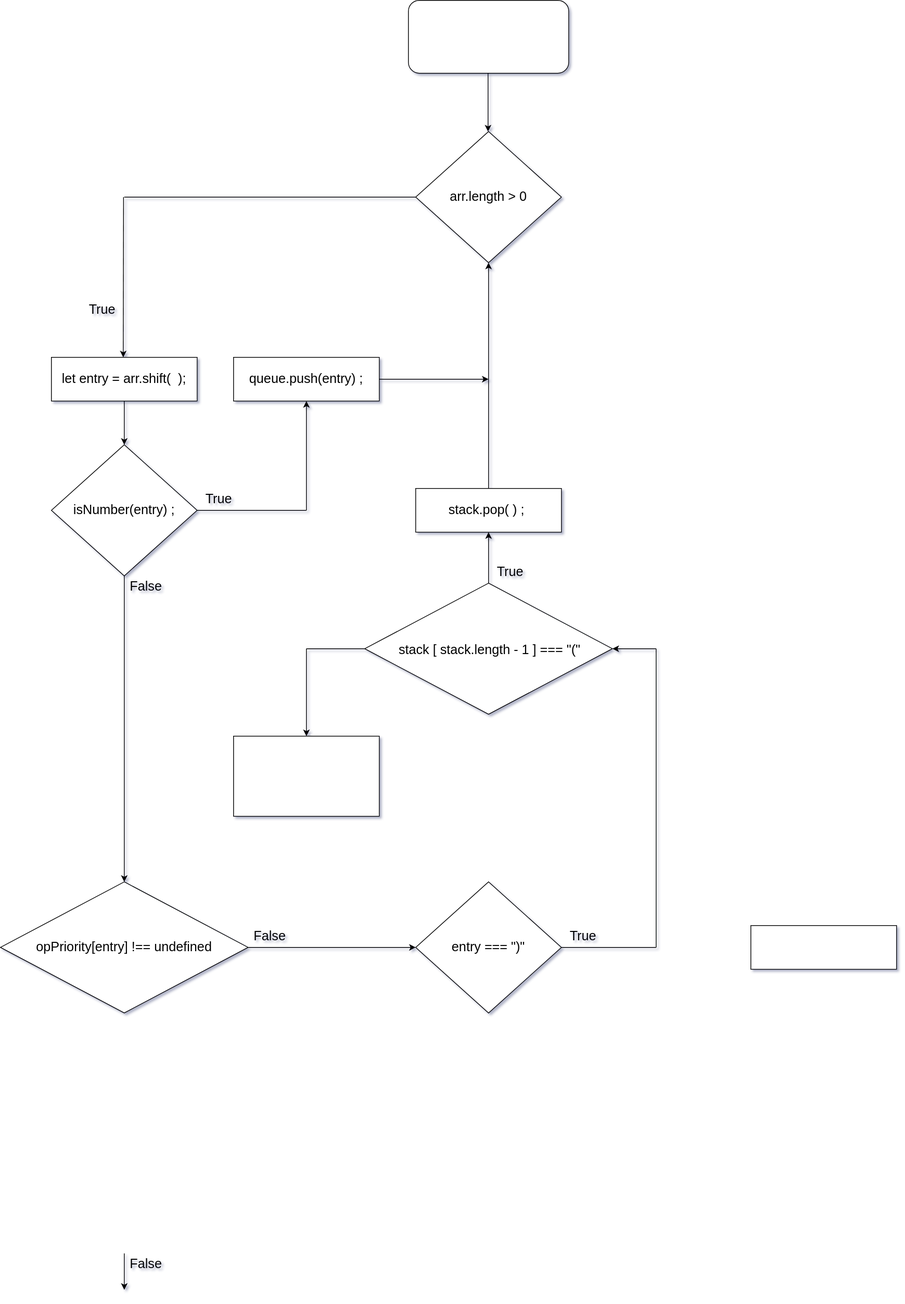
This is Untitled Diagram.drawio.svg from jcgm3205/jcgm3205, a draw.io export, as it was before one commit. Source tidied: cells renumbered, new cells last; positions are measured from the earlier drawing's top-left corner, leaving out a move shared by most shapes.
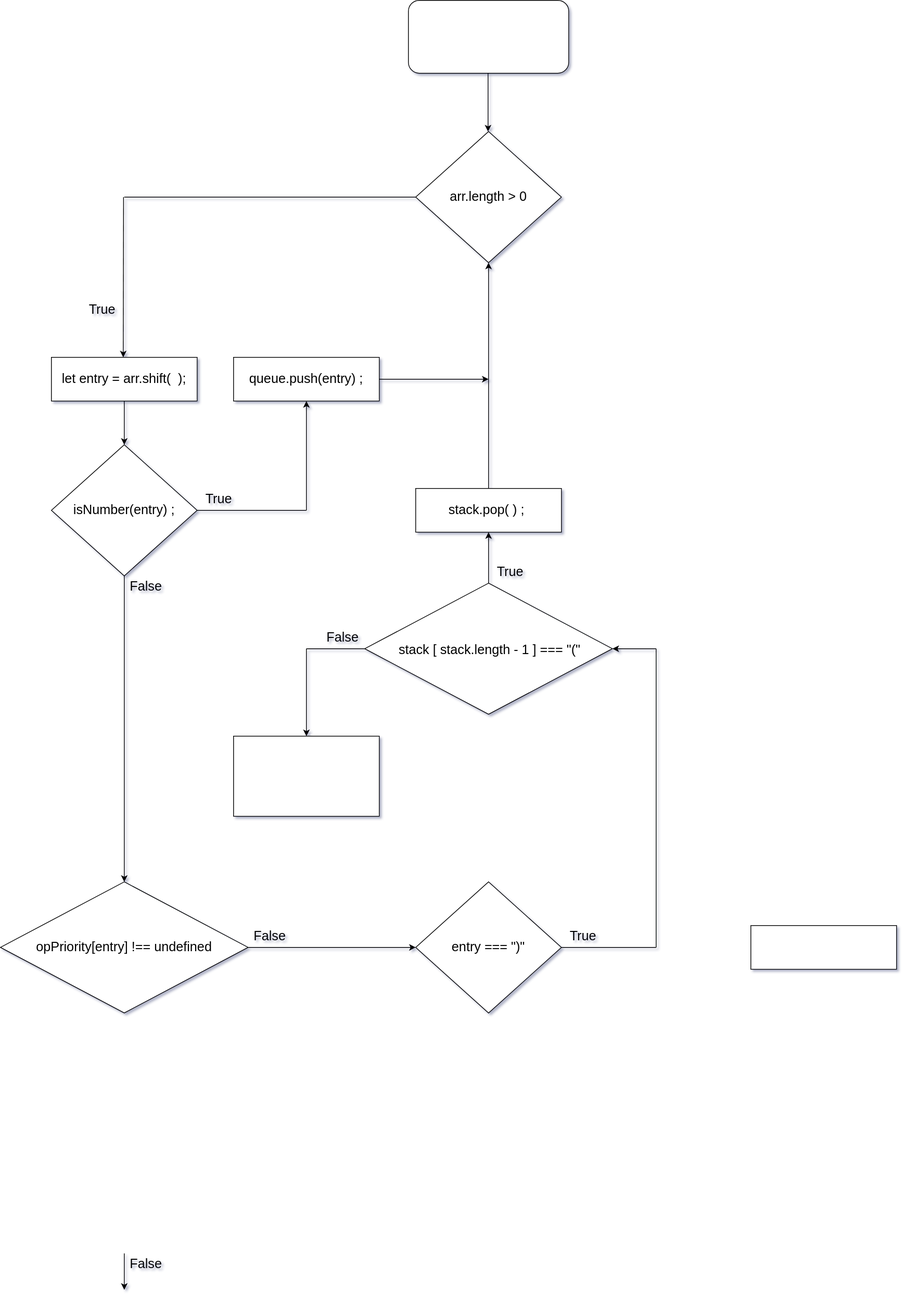
The same diagram one commit later.

Change to the diagram source:
```diff
@@ -170,5 +170,8 @@
         <mxPoint x="420" y="890" as="sourcePoint" />
       </mxGeometry>
     </mxCell>
+    <mxCell id="45" value="False" style="text;html=1;strokeColor=none;fillColor=none;align=center;verticalAlign=middle;whiteSpace=wrap;rounded=0;fontSize=18;" parent="1" vertex="1">
+      <mxGeometry x="440" y="860" width="60" height="30" as="geometry" />
+    </mxCell>
   </root>
 </mxGraphModel>
```
